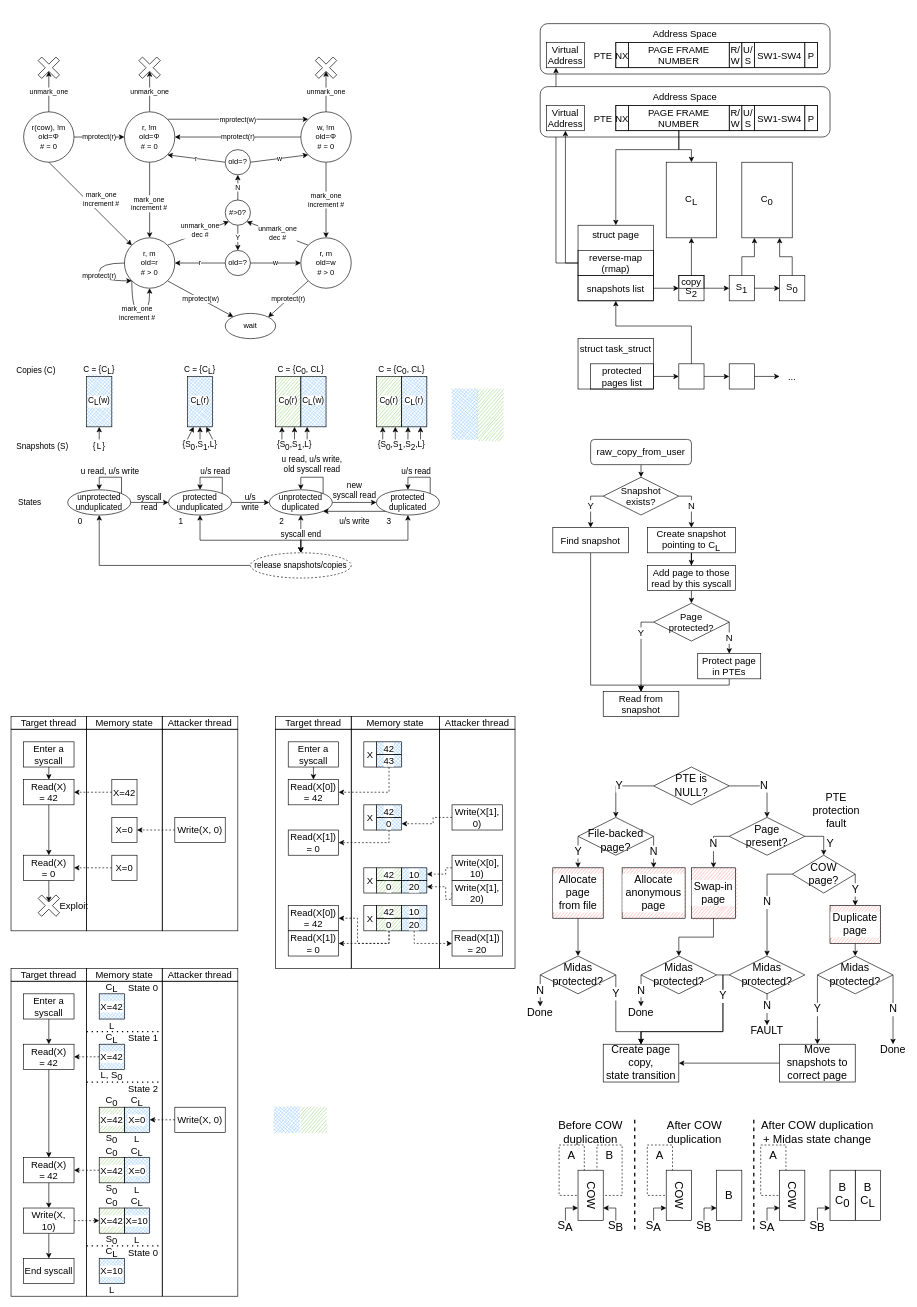
The draw.io diagram img/midas.drawio in atrib/midas-paper, before the edit. Source tidied: cells renumbered, new cells numbered last; positions are measured from the earlier drawing's top-left corner, leaving out a move shared by most shapes. Both pictures are drawn from the tidied source at 63%, with x=0, y=0 at pixel (11, 11).
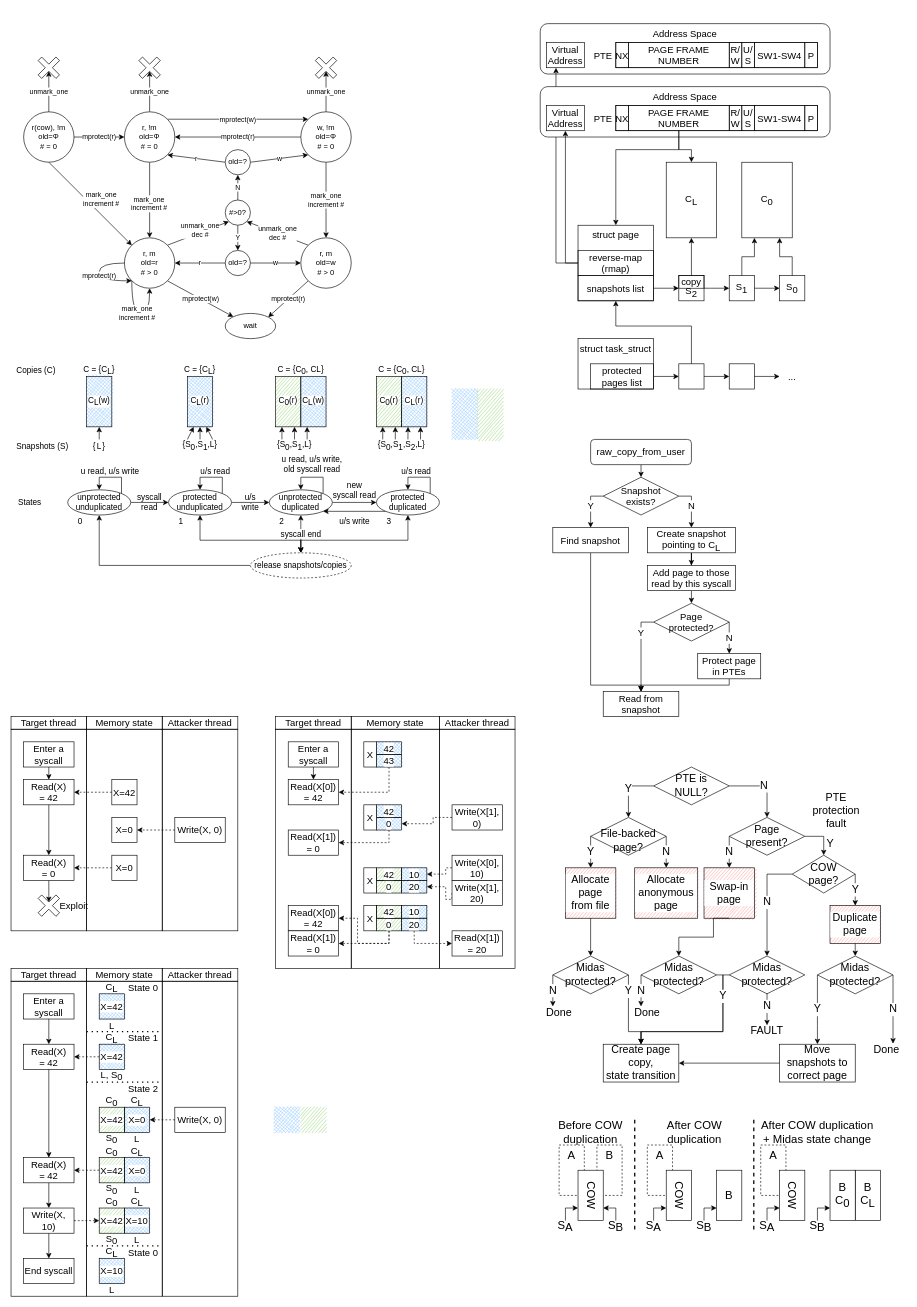
The same diagram, later.

Unchanged cells that the change refers to:
```xml
<mxCell id="253" value="&lt;div style=&quot;font-size: 17px;&quot;&gt;Page &lt;br style=&quot;font-size: 17px;&quot;&gt;&lt;/div&gt;&lt;div style=&quot;font-size: 17px;&quot;&gt;present?&lt;/div&gt;" style="rhombus;whiteSpace=wrap;html=1;fontSize=17;" parent="1" vertex="1">
  <mxGeometry x="1140" y="1280" width="120" height="60" as="geometry" />
</mxCell>
<mxCell id="270" value="&lt;div style=&quot;font-size: 17px;&quot;&gt;Midas&lt;/div&gt;&lt;div style=&quot;font-size: 17px;&quot;&gt;protected?&lt;br style=&quot;font-size: 17px;&quot;&gt;&lt;/div&gt;" style="rhombus;whiteSpace=wrap;html=1;fontSize=17;" parent="1" vertex="1">
  <mxGeometry x="1280" y="1500" width="120" height="60" as="geometry" />
</mxCell>
<mxCell id="275" value="&lt;div style=&quot;font-size: 17px;&quot;&gt;Create page copy,&lt;/div&gt;&lt;div style=&quot;font-size: 17px;&quot;&gt;state transition&lt;br style=&quot;font-size: 17px;&quot;&gt;&lt;/div&gt;" style="rounded=0;whiteSpace=wrap;html=1;fontSize=17;" parent="1" vertex="1">
  <mxGeometry x="940" y="1640" width="120" height="60" as="geometry" />
</mxCell>
<mxCell id="303" value="&lt;div style=&quot;font-size: 17px;&quot;&gt;Midas&lt;/div&gt;&lt;div style=&quot;font-size: 17px;&quot;&gt;protected?&lt;br style=&quot;font-size: 17px;&quot;&gt;&lt;/div&gt;" style="rhombus;whiteSpace=wrap;html=1;fontSize=17;" parent="1" vertex="1">
  <mxGeometry x="1000" y="1500" width="120" height="60" as="geometry" />
</mxCell>
```

What changed in the source:
```diff
@@
+    <mxCell id="19" style="rounded=0;whiteSpace=wrap;html=1;fontSize=17;verticalAlign=middle;fillColor=none;strokeColor=none;" parent="1" vertex="1">
+      <mxGeometry x="850" y="1200" width="560" height="500" as="geometry" />
+    </mxCell>
@@
     <mxCell id="9" style="rounded=0;whiteSpace=wrap;html=1;labelBackgroundColor=#ffffff;sketch=1;strokeColor=none;fillStyle=hachure;fontStyle=0;fillColor=#FF9999;fontSize=17;" parent="1" vertex="1">
-      <mxGeometry x="860" y="1360" width="80" height="80" as="geometry" />
+      <mxGeometry x="880" y="1360" width="80" height="80" as="geometry" />
     </mxCell>
@@
     <mxCell id="11" style="rounded=0;whiteSpace=wrap;html=1;labelBackgroundColor=#ffffff;sketch=1;strokeColor=none;fillStyle=hachure;fontStyle=0;fillColor=#FF9999;fontSize=17;" parent="1" vertex="1">
-      <mxGeometry x="1080" y="1360" width="70" height="80" as="geometry" />
+      <mxGeometry x="1100" y="1360" width="80" height="80" as="geometry" />
     </mxCell>
     <mxCell id="12" style="rounded=0;whiteSpace=wrap;html=1;labelBackgroundColor=#ffffff;sketch=1;strokeColor=none;fillStyle=hachure;fontStyle=0;fillColor=#FF9999;fontSize=17;" parent="1" vertex="1">
-      <mxGeometry x="970" y="1360" width="100" height="80" as="geometry" />
+      <mxGeometry x="990" y="1360" width="100" height="80" as="geometry" />
     </mxCell>
@@
-    <mxCell id="19" style="rounded=0;whiteSpace=wrap;html=1;fontSize=17;verticalAlign=middle;fillColor=none;strokeColor=none;" parent="1" vertex="1">
-      <mxGeometry x="820" y="1200" width="600" height="500" as="geometry" />
-    </mxCell>
@@
-    <mxCell id="248" value="N" style="edgeStyle=orthogonalEdgeStyle;rounded=0;jettySize=auto;html=1;exitX=1;exitY=0.5;exitDx=0;exitDy=0;entryX=0.5;entryY=0;entryDx=0;entryDy=0;fontSize=17;" parent="1" edge="1" source="250" target="254">
+    <mxCell id="248" value="N" style="edgeStyle=orthogonalEdgeStyle;rounded=0;jettySize=auto;html=1;exitX=1;exitY=0.5;exitDx=0;exitDy=0;entryX=0.5;entryY=0;entryDx=0;entryDy=0;fontSize=17;" parent="1" edge="1" source="250">
       <mxGeometry relative="1" as="geometry">
+        <mxPoint x="1040" y="1360" as="targetPoint" />
         <Array as="points">
-          <mxPoint x="1020" y="1330" />
-          <mxPoint x="1020" y="1330" />
+          <mxPoint x="1040" y="1330" />
+          <mxPoint x="1040" y="1330" />
         </Array>
       </mxGeometry>
     </mxCell>
     <mxCell id="249" value="Y" style="edgeStyle=orthogonalEdgeStyle;rounded=0;jettySize=auto;html=1;exitX=0;exitY=0.5;exitDx=0;exitDy=0;entryX=0.5;entryY=0;entryDx=0;entryDy=0;fontSize=17;" parent="1" edge="1" source="250" target="256">
       <mxGeometry relative="1" as="geometry">
         <Array as="points">
-          <mxPoint x="900" y="1350" />
-          <mxPoint x="900" y="1350" />
+          <mxPoint x="920" y="1350" />
+          <mxPoint x="920" y="1350" />
         </Array>
       </mxGeometry>
     </mxCell>
     <mxCell id="250" value="&lt;div style=&quot;font-size: 17px;&quot;&gt;File-backed&lt;/div&gt;&lt;div style=&quot;font-size: 17px;&quot;&gt;page?&lt;br style=&quot;font-size: 17px;&quot;&gt;&lt;/div&gt;" style="rhombus;whiteSpace=wrap;html=1;fontSize=17;verticalAlign=bottom;" parent="1" vertex="1">
-      <mxGeometry x="900" y="1280" width="120" height="60" as="geometry" />
+      <mxGeometry x="920" y="1280" width="120" height="60" as="geometry" />
     </mxCell>
     <mxCell id="251" value="N" style="edgeStyle=orthogonalEdgeStyle;rounded=0;jettySize=auto;html=1;exitX=0;exitY=0.5;exitDx=0;exitDy=0;fontSize=17;entryX=0.5;entryY=0;entryDx=0;entryDy=0;" parent="1" edge="1" source="253" target="258">
       <mxGeometry relative="1" as="geometry">
         <Array as="points">
-          <mxPoint x="1115" y="1310" />
+          <mxPoint x="1140" y="1320" />
+          <mxPoint x="1140" y="1320" />
         </Array>
       </mxGeometry>
     </mxCell>
@@
     <mxCell id="254" value="&lt;div style=&quot;font-size: 17px;&quot;&gt;Allocate&lt;/div&gt;&lt;div style=&quot;font-size: 17px;&quot;&gt;anonymous page&lt;/div&gt;" style="rounded=0;whiteSpace=wrap;html=1;fontSize=17;verticalAlign=middle;fillColor=none;labelBackgroundColor=#FFFFFF;" parent="1" vertex="1">
-      <mxGeometry x="970" y="1360" width="100" height="80" as="geometry" />
+      <mxGeometry x="990" y="1360" width="100" height="80" as="geometry" />
     </mxCell>
@@
     <mxCell id="256" value="&lt;div style=&quot;font-size: 17px;&quot;&gt;Allocate page &lt;br style=&quot;font-size: 17px;&quot;&gt;&lt;/div&gt;&lt;div style=&quot;font-size: 17px;&quot;&gt;from file&lt;/div&gt;" style="rounded=0;whiteSpace=wrap;html=1;fontSize=17;fillColor=none;labelBackgroundColor=#FFFFFF;" parent="1" vertex="1">
-      <mxGeometry x="860" y="1360" width="80" height="80" as="geometry" />
+      <mxGeometry x="880" y="1360" width="80" height="80" as="geometry" />
     </mxCell>
@@
     <mxCell id="258" value="Swap-in page" style="rounded=0;whiteSpace=wrap;html=1;fontSize=17;fillColor=none;labelBackgroundColor=#FFFFFF;" parent="1" vertex="1">
-      <mxGeometry x="1080" y="1360" width="70" height="80" as="geometry" />
+      <mxGeometry x="1100" y="1360" width="80" height="80" as="geometry" />
     </mxCell>
@@
     <mxCell id="262" value="Y" style="edgeStyle=orthogonalEdgeStyle;rounded=0;jettySize=auto;html=1;exitX=1;exitY=0.5;exitDx=0;exitDy=0;fontSize=17;entryX=0.5;entryY=0;entryDx=0;entryDy=0;" parent="1" edge="1" source="264" target="275">
       <mxGeometry x="-0.6" relative="1" as="geometry">
         <Array as="points">
-          <mxPoint x="960" y="1620" />
+          <mxPoint x="980" y="1620" />
           <mxPoint x="1000" y="1620" />
         </Array>
       </mxGeometry>
     </mxCell>
-    <mxCell id="263" value="N" style="edgeStyle=orthogonalEdgeStyle;rounded=0;jettySize=auto;html=1;exitX=0;exitY=0.5;exitDx=0;exitDy=0;fontSize=17;entryX=0.5;entryY=0;entryDx=0;entryDy=0;" parent="1" edge="1" source="264" target="300">
+    <mxCell id="263" value="N" style="edgeStyle=orthogonalEdgeStyle;rounded=0;jettySize=auto;html=1;exitX=0;exitY=0.5;exitDx=0;exitDy=0;fontSize=17;entryX=0.25;entryY=0;entryDx=0;entryDy=0;" parent="1" edge="1" source="264" target="300">
       <mxGeometry relative="1" as="geometry">
         <Array as="points">
-          <mxPoint x="840" y="1530" />
-          <mxPoint x="840" y="1580" />
+          <mxPoint x="860" y="1560" />
+          <mxPoint x="860" y="1560" />
         </Array>
       </mxGeometry>
     </mxCell>
     <mxCell id="264" value="&lt;div style=&quot;font-size: 17px;&quot;&gt;Midas&lt;/div&gt;&lt;div style=&quot;font-size: 17px;&quot;&gt;protected?&lt;br style=&quot;font-size: 17px;&quot;&gt;&lt;/div&gt;" style="rhombus;whiteSpace=wrap;html=1;fontSize=17;" parent="1" vertex="1">
-      <mxGeometry x="840" y="1500" width="120" height="60" as="geometry" />
+      <mxGeometry x="860" y="1500" width="120" height="60" as="geometry" />
     </mxCell>
@@
-    <mxCell id="269" value="N" style="edgeStyle=orthogonalEdgeStyle;rounded=0;jettySize=auto;html=1;exitX=1;exitY=0.5;exitDx=0;exitDy=0;entryX=0.5;entryY=0;entryDx=0;entryDy=0;fontSize=17;" parent="1" edge="1" source="270" target="276">
+    <mxCell id="269" value="N" style="edgeStyle=orthogonalEdgeStyle;rounded=0;jettySize=auto;html=1;exitX=1;exitY=0.5;exitDx=0;exitDy=0;fontSize=17;" parent="1" edge="1" source="270">
       <mxGeometry relative="1" as="geometry">
+        <mxPoint x="1400" y="1639" as="targetPoint" />
         <Array as="points">
-          <mxPoint x="1400" y="1610" />
-          <mxPoint x="1400" y="1610" />
+          <mxPoint x="1400" y="1639" />
         </Array>
       </mxGeometry>
     </mxCell>
@@
     <mxCell id="276" value="Done" style="text;html=1;strokeColor=none;fillColor=none;align=center;verticalAlign=middle;whiteSpace=wrap;rounded=0;fontSize=17;" parent="1" vertex="1">
-      <mxGeometry x="1380" y="1640" width="40" height="20" as="geometry" />
+      <mxGeometry x="1370" y="1640" width="40" height="20" as="geometry" />
     </mxCell>
@@
     <mxCell id="300" value="Done" style="text;html=1;strokeColor=none;fillColor=none;align=center;verticalAlign=middle;whiteSpace=wrap;rounded=0;fontSize=17;" parent="1" vertex="1">
-      <mxGeometry x="820" y="1580" width="40" height="20" as="geometry" />
+      <mxGeometry x="850" y="1580" width="40" height="20" as="geometry" />
     </mxCell>
@@
-    <mxCell id="302" value="N" style="edgeStyle=orthogonalEdgeStyle;rounded=0;jettySize=auto;html=1;exitX=0;exitY=0.5;exitDx=0;exitDy=0;entryX=0.5;entryY=0;entryDx=0;entryDy=0;fontSize=17;" parent="1" edge="1" source="303" target="304">
+    <mxCell id="302" value="N" style="edgeStyle=orthogonalEdgeStyle;rounded=0;jettySize=auto;html=1;exitX=0;exitY=0.5;exitDx=0;exitDy=0;entryX=0.25;entryY=0;entryDx=0;entryDy=0;fontSize=17;" parent="1" edge="1" source="303" target="304">
       <mxGeometry relative="1" as="geometry">
         <Array as="points">
           <mxPoint x="1000" y="1560" />
           <mxPoint x="1000" y="1560" />
         </Array>
       </mxGeometry>
     </mxCell>
@@
     <mxCell id="304" value="Done" style="text;html=1;strokeColor=none;fillColor=none;align=center;verticalAlign=middle;whiteSpace=wrap;rounded=0;fontSize=17;" parent="1" vertex="1">
-      <mxGeometry x="980" y="1580" width="40" height="20" as="geometry" />
+      <mxGeometry x="990" y="1580" width="40" height="20" as="geometry" />
     </mxCell>
```
